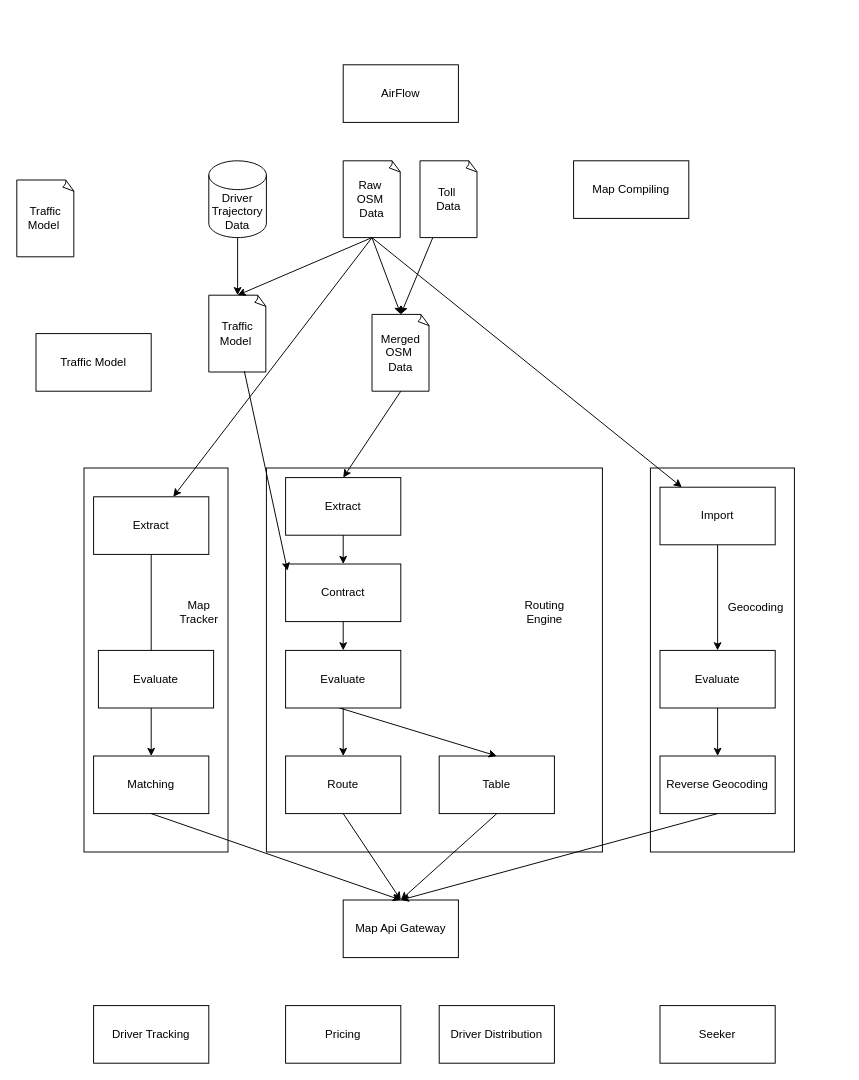
Above: page "map" (6 of 6) of sim-art.drawio in tallongsun/drawio (draw.io), before the change. Source tidied: cells renumbered, new cells numbered last; positions are measured from the earlier drawing's top-left corner, leaving out a move shared by most shapes. Both pictures are drawn from the tidied source at 96%, with x=0, y=0 at pixel (16, 64).
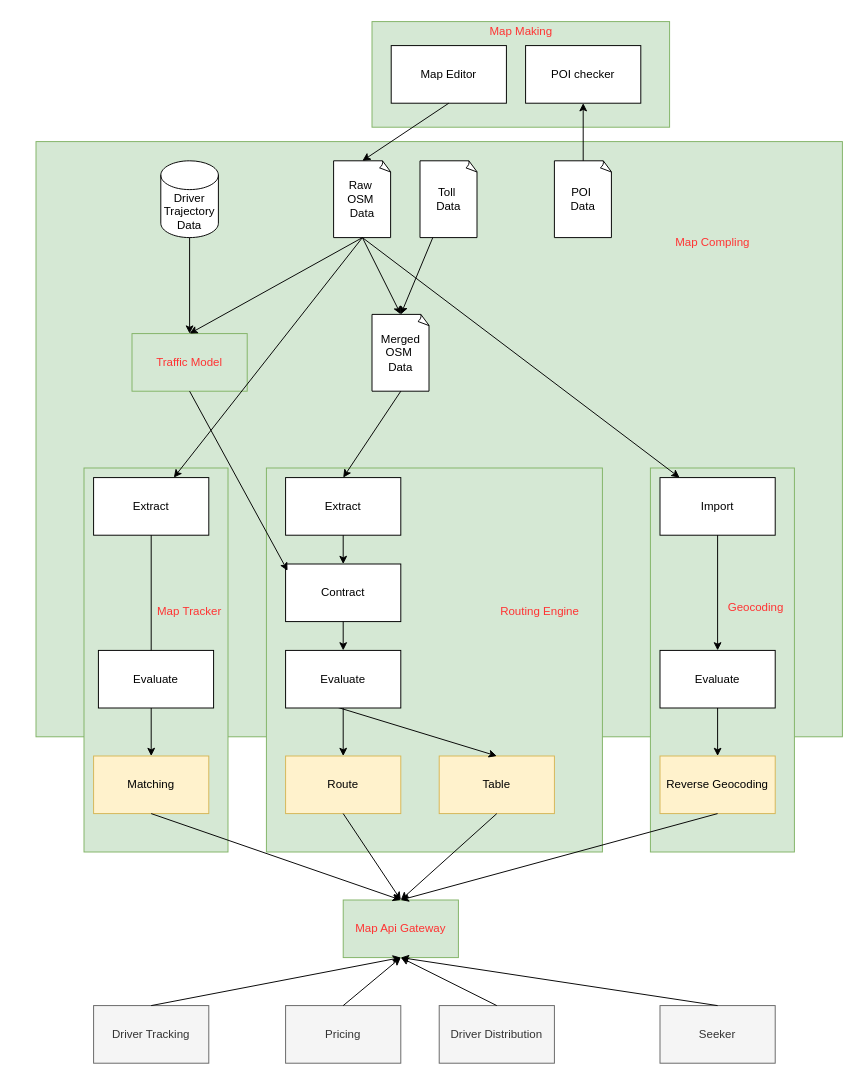
The same diagram, later.

Unchanged cells that the change refers to:
```xml
<mxCell id="17" value="Contract" style="rounded=0;whiteSpace=wrap;html=1;" parent="1" vertex="1">
  <mxGeometry x="280" y="520" width="120" height="60" as="geometry" />
</mxCell>
```

Diff of the diagram source:
```diff
@@
+    <mxCell id="52" style="rounded=0;whiteSpace=wrap;html=1;fillColor=#d5e8d4;strokeColor=#82b366;" parent="1" vertex="1">
+      <mxGeometry x="370" y="-45" width="310" height="110" as="geometry" />
+    </mxCell>
+    <mxCell id="6" style="rounded=0;whiteSpace=wrap;html=1;fillColor=#d5e8d4;strokeColor=#82b366;" parent="1" vertex="1">
+      <mxGeometry x="20" y="80" width="840" height="620" as="geometry" />
+    </mxCell>
-    <mxCell id="2" style="rounded=0;whiteSpace=wrap;html=1;" parent="1" vertex="1">
+    <mxCell id="2" style="rounded=0;whiteSpace=wrap;html=1;fillColor=#d5e8d4;strokeColor=#82b366;" parent="1" vertex="1">
       <mxGeometry x="660" y="420" width="150" height="400" as="geometry" />
     </mxCell>
-    <mxCell id="3" style="rounded=0;whiteSpace=wrap;html=1;" parent="1" vertex="1">
+    <mxCell id="3" style="rounded=0;whiteSpace=wrap;html=1;fillColor=#d5e8d4;strokeColor=#82b366;" parent="1" vertex="1">
       <mxGeometry x="260" y="420" width="350" height="400" as="geometry" />
     </mxCell>
-    <mxCell id="4" value="Traffic Model" style="rounded=0;whiteSpace=wrap;html=1;" parent="1" vertex="1">
-      <mxGeometry x="20" y="280" width="120" height="60" as="geometry" />
+    <mxCell id="4" value="Traffic Model" style="rounded=0;whiteSpace=wrap;html=1;fillColor=#d5e8d4;strokeColor=#82b366;fontColor=#FF3333;" parent="1" vertex="1">
+      <mxGeometry x="120" y="280" width="120" height="60" as="geometry" />
     </mxCell>
     <mxCell id="5" value="Driver Trajectory Data" style="shape=cylinder3;whiteSpace=wrap;html=1;boundedLbl=1;backgroundOutline=1;size=15;" parent="1" vertex="1">
-      <mxGeometry x="200" y="100" width="60" height="80" as="geometry" />
+      <mxGeometry x="150" y="100" width="60" height="80" as="geometry" />
     </mxCell>
-    <mxCell id="6" value="Map Compiling" style="rounded=0;whiteSpace=wrap;html=1;" parent="1" vertex="1">
-      <mxGeometry x="580" y="100" width="120" height="60" as="geometry" />
-    </mxCell>
@@
     <mxCell id="8" value="Raw&amp;nbsp;&lt;div&gt;OSM&amp;nbsp;&lt;/div&gt;&lt;div&gt;Data&lt;/div&gt;" style="whiteSpace=wrap;html=1;shape=mxgraph.basic.document;" parent="1" vertex="1">
-      <mxGeometry x="340" y="100" width="60" height="80" as="geometry" />
+      <mxGeometry x="330" y="100" width="60" height="80" as="geometry" />
     </mxCell>
-    <mxCell id="9" value="AirFlow" style="rounded=0;whiteSpace=wrap;html=1;" parent="1" vertex="1">
-      <mxGeometry x="340" width="120" height="60" as="geometry" />
-    </mxCell>
@@
-    <mxCell id="13" value="Traffic&lt;br&gt;Model&amp;nbsp;" style="whiteSpace=wrap;html=1;shape=mxgraph.basic.document;" parent="1" vertex="1">
-      <mxGeometry x="200" y="240" width="60" height="80" as="geometry" />
-    </mxCell>
-    <mxCell id="14" style="endArrow=classic;html=1;rounded=0;exitX=0.5;exitY=1;exitDx=0;exitDy=0;exitPerimeter=0;entryX=0.5;entryY=0;entryDx=0;entryDy=0;entryPerimeter=0;" parent="1" edge="1" source="8" target="13">
+    <mxCell id="14" style="endArrow=classic;html=1;rounded=0;exitX=0.5;exitY=1;exitDx=0;exitDy=0;exitPerimeter=0;entryX=0.5;entryY=0;entryDx=0;entryDy=0;" parent="1" edge="1" source="8" target="4">
       <mxGeometry relative="1" as="geometry" />
     </mxCell>
-    <mxCell id="15" style="endArrow=classic;html=1;rounded=0;exitX=0.5;exitY=1;exitDx=0;exitDy=0;exitPerimeter=0;entryX=0.5;entryY=0;entryDx=0;entryDy=0;entryPerimeter=0;" parent="1" edge="1" source="5" target="13">
+    <mxCell id="15" style="endArrow=classic;html=1;rounded=0;exitX=0.5;exitY=1;exitDx=0;exitDy=0;exitPerimeter=0;entryX=0.5;entryY=0;entryDx=0;entryDy=0;" parent="1" edge="1" source="5" target="4">
       <mxGeometry relative="1" as="geometry" />
     </mxCell>
@@
-    <mxCell id="18" style="endArrow=classic;html=1;rounded=0;exitX=0.617;exitY=0.988;exitDx=0;exitDy=0;exitPerimeter=0;entryX=0.017;entryY=0.117;entryDx=0;entryDy=0;entryPerimeter=0;" parent="1" edge="1" source="13" target="17">
+    <mxCell id="18" style="endArrow=classic;html=1;rounded=0;entryX=0.017;entryY=0.117;entryDx=0;entryDy=0;entryPerimeter=0;exitX=0.5;exitY=1;exitDx=0;exitDy=0;" parent="1" edge="1" source="4" target="17">
       <mxGeometry relative="1" as="geometry" />
     </mxCell>
@@
-    <mxCell id="21" value="Traffic&lt;br&gt;Model&amp;nbsp;" style="whiteSpace=wrap;html=1;shape=mxgraph.basic.document;" parent="1" vertex="1">
-      <mxGeometry y="120" width="60" height="80" as="geometry" />
-    </mxCell>
@@
-    <mxCell id="23" value="Map Api Gateway" style="rounded=0;whiteSpace=wrap;html=1;" parent="1" vertex="1">
+    <mxCell id="23" value="Map Api Gateway" style="rounded=0;whiteSpace=wrap;html=1;fillColor=#d5e8d4;strokeColor=#82b366;fontColor=#FF3333;" parent="1" vertex="1">
       <mxGeometry x="340" y="870" width="120" height="60" as="geometry" />
     </mxCell>
-    <mxCell id="24" style="rounded=0;whiteSpace=wrap;html=1;" parent="1" vertex="1">
+    <mxCell id="24" style="rounded=0;whiteSpace=wrap;html=1;fillColor=#d5e8d4;strokeColor=#82b366;" parent="1" vertex="1">
       <mxGeometry x="70" y="420" width="150" height="400" as="geometry" />
     </mxCell>
     <mxCell id="25" value="Extract" style="rounded=0;whiteSpace=wrap;html=1;" parent="1" vertex="1">
-      <mxGeometry x="80" y="450" width="120" height="60" as="geometry" />
+      <mxGeometry x="80" y="430" width="120" height="60" as="geometry" />
     </mxCell>
     <mxCell id="26" value="Import" style="rounded=0;whiteSpace=wrap;html=1;" parent="1" vertex="1">
-      <mxGeometry x="670" y="440" width="120" height="60" as="geometry" />
+      <mxGeometry x="670" y="430" width="120" height="60" as="geometry" />
     </mxCell>
-    <mxCell id="27" value="Matching" style="rounded=0;whiteSpace=wrap;html=1;" parent="1" vertex="1">
+    <mxCell id="27" value="Matching" style="rounded=0;whiteSpace=wrap;html=1;fillColor=#fff2cc;strokeColor=#d6b656;" parent="1" vertex="1">
       <mxGeometry x="80" y="720" width="120" height="60" as="geometry" />
     </mxCell>
-    <mxCell id="28" value="Route" style="rounded=0;whiteSpace=wrap;html=1;" parent="1" vertex="1">
+    <mxCell id="28" value="Route" style="rounded=0;whiteSpace=wrap;html=1;fillColor=#fff2cc;strokeColor=#d6b656;" parent="1" vertex="1">
       <mxGeometry x="280" y="720" width="120" height="60" as="geometry" />
     </mxCell>
-    <mxCell id="29" value="Table" style="rounded=0;whiteSpace=wrap;html=1;" parent="1" vertex="1">
+    <mxCell id="29" value="Table" style="rounded=0;whiteSpace=wrap;html=1;fillColor=#fff2cc;strokeColor=#d6b656;" parent="1" vertex="1">
       <mxGeometry x="440" y="720" width="120" height="60" as="geometry" />
     </mxCell>
-    <mxCell id="30" value="Reverse Geocoding" style="rounded=0;whiteSpace=wrap;html=1;" parent="1" vertex="1">
+    <mxCell id="30" value="Reverse Geocoding" style="rounded=0;whiteSpace=wrap;html=1;fillColor=#fff2cc;strokeColor=#d6b656;" parent="1" vertex="1">
       <mxGeometry x="670" y="720" width="120" height="60" as="geometry" />
     </mxCell>
@@
-    <mxCell id="33" value="Routing Engine" style="text;html=1;align=center;verticalAlign=middle;whiteSpace=wrap;rounded=0;" parent="1" vertex="1">
-      <mxGeometry x="520" y="555" width="60" height="30" as="geometry" />
+    <mxCell id="33" value="Routing Engine" style="text;html=1;align=center;verticalAlign=middle;whiteSpace=wrap;rounded=0;fontColor=#FF3333;" parent="1" vertex="1">
+      <mxGeometry x="500" y="555" width="90" height="30" as="geometry" />
     </mxCell>
@@
-    <mxCell id="42" value="Driver Tracking" style="rounded=0;whiteSpace=wrap;html=1;" parent="1" vertex="1">
+    <mxCell id="42" value="Driver Tracking" style="rounded=0;whiteSpace=wrap;html=1;fillColor=#f5f5f5;fontColor=#333333;strokeColor=#666666;" parent="1" vertex="1">
       <mxGeometry x="80" y="980" width="120" height="60" as="geometry" />
     </mxCell>
-    <mxCell id="43" value="Pricing" style="rounded=0;whiteSpace=wrap;html=1;" parent="1" vertex="1">
+    <mxCell id="43" value="Pricing" style="rounded=0;whiteSpace=wrap;html=1;fillColor=#f5f5f5;fontColor=#333333;strokeColor=#666666;" parent="1" vertex="1">
       <mxGeometry x="280" y="980" width="120" height="60" as="geometry" />
     </mxCell>
-    <mxCell id="44" value="Driver Distribution" style="rounded=0;whiteSpace=wrap;html=1;" parent="1" vertex="1">
+    <mxCell id="44" value="Driver Distribution" style="rounded=0;whiteSpace=wrap;html=1;fillColor=#f5f5f5;fontColor=#333333;strokeColor=#666666;" parent="1" vertex="1">
       <mxGeometry x="440" y="980" width="120" height="60" as="geometry" />
     </mxCell>
-    <mxCell id="45" value="Seeker" style="rounded=0;whiteSpace=wrap;html=1;" parent="1" vertex="1">
+    <mxCell id="45" value="Seeker" style="rounded=0;whiteSpace=wrap;html=1;fillColor=#f5f5f5;fontColor=#333333;strokeColor=#666666;" parent="1" vertex="1">
       <mxGeometry x="670" y="980" width="120" height="60" as="geometry" />
     </mxCell>
@@
-    <mxCell id="47" value="Geocoding" style="text;html=1;align=center;verticalAlign=middle;whiteSpace=wrap;rounded=0;" parent="1" vertex="1">
+    <mxCell id="47" value="Geocoding" style="text;html=1;align=center;verticalAlign=middle;whiteSpace=wrap;rounded=0;fontColor=#FF3333;" parent="1" vertex="1">
       <mxGeometry x="740" y="550" width="60" height="30" as="geometry" />
     </mxCell>
-    <mxCell id="48" value="Map&lt;div&gt;Tracker&lt;/div&gt;" style="text;html=1;align=center;verticalAlign=middle;whiteSpace=wrap;rounded=0;" parent="1" vertex="1">
-      <mxGeometry x="160" y="555" width="60" height="30" as="geometry" />
+    <mxCell id="48" value="Map&amp;nbsp;&lt;span style=&quot;background-color: initial;&quot;&gt;Tracker&lt;/span&gt;" style="text;html=1;align=center;verticalAlign=middle;whiteSpace=wrap;rounded=0;fontColor=#FF3333;" parent="1" vertex="1">
+      <mxGeometry x="130" y="555" width="100" height="30" as="geometry" />
     </mxCell>
@@
+    <mxCell id="53" value="Map Compling" style="text;html=1;align=center;verticalAlign=middle;whiteSpace=wrap;rounded=0;fontColor=#FF3333;" parent="1" vertex="1">
+      <mxGeometry x="670" y="170" width="110" height="30" as="geometry" />
+    </mxCell>
+    <mxCell id="54" value="POI&amp;nbsp;&lt;div&gt;Data&lt;/div&gt;" style="whiteSpace=wrap;html=1;shape=mxgraph.basic.document;" parent="1" vertex="1">
+      <mxGeometry x="560" y="100" width="60" height="80" as="geometry" />
+    </mxCell>
+    <mxCell id="55" value="POI checker" style="rounded=0;whiteSpace=wrap;html=1;" parent="1" vertex="1">
+      <mxGeometry x="530" y="-20" width="120" height="60" as="geometry" />
+    </mxCell>
+    <mxCell id="56" value="Map Editor" style="rounded=0;whiteSpace=wrap;html=1;" parent="1" vertex="1">
+      <mxGeometry x="390" y="-20" width="120" height="60" as="geometry" />
+    </mxCell>
+    <mxCell id="57" style="endArrow=classic;html=1;rounded=0;entryX=0.5;entryY=1;entryDx=0;entryDy=0;exitX=0.5;exitY=0;exitDx=0;exitDy=0;exitPerimeter=0;" parent="1" edge="1" source="54" target="55">
+      <mxGeometry relative="1" as="geometry" />
+    </mxCell>
+    <mxCell id="58" style="endArrow=classic;html=1;rounded=0;entryX=0.5;entryY=0;entryDx=0;entryDy=0;exitX=0.5;exitY=1;exitDx=0;exitDy=0;entryPerimeter=0;" parent="1" edge="1" source="56" target="8">
+      <mxGeometry relative="1" as="geometry" />
+    </mxCell>
+    <mxCell id="59" value="Map Making" style="text;html=1;align=center;verticalAlign=middle;whiteSpace=wrap;rounded=0;fontColor=#FF3333;" parent="1" vertex="1">
+      <mxGeometry x="482.5" y="-50" width="85" height="30" as="geometry" />
+    </mxCell>
+    <mxCell id="60" style="endArrow=classic;html=1;rounded=0;exitX=0.5;exitY=0;exitDx=0;exitDy=0;entryX=0.5;entryY=1;entryDx=0;entryDy=0;" parent="1" edge="1" source="42" target="23">
+      <mxGeometry relative="1" as="geometry" />
+    </mxCell>
+    <mxCell id="61" style="endArrow=classic;html=1;rounded=0;exitX=0.5;exitY=0;exitDx=0;exitDy=0;entryX=0.5;entryY=1;entryDx=0;entryDy=0;" parent="1" edge="1" source="43" target="23">
+      <mxGeometry relative="1" as="geometry" />
+    </mxCell>
+    <mxCell id="62" style="endArrow=classic;html=1;rounded=0;exitX=0.5;exitY=0;exitDx=0;exitDy=0;entryX=0.5;entryY=1;entryDx=0;entryDy=0;" parent="1" edge="1" source="44" target="23">
+      <mxGeometry relative="1" as="geometry" />
+    </mxCell>
+    <mxCell id="63" style="endArrow=classic;html=1;rounded=0;exitX=0.5;exitY=0;exitDx=0;exitDy=0;" parent="1" edge="1" source="45">
+      <mxGeometry relative="1" as="geometry">
+        <mxPoint x="400" y="930" as="targetPoint" />
+      </mxGeometry>
+    </mxCell>
```
